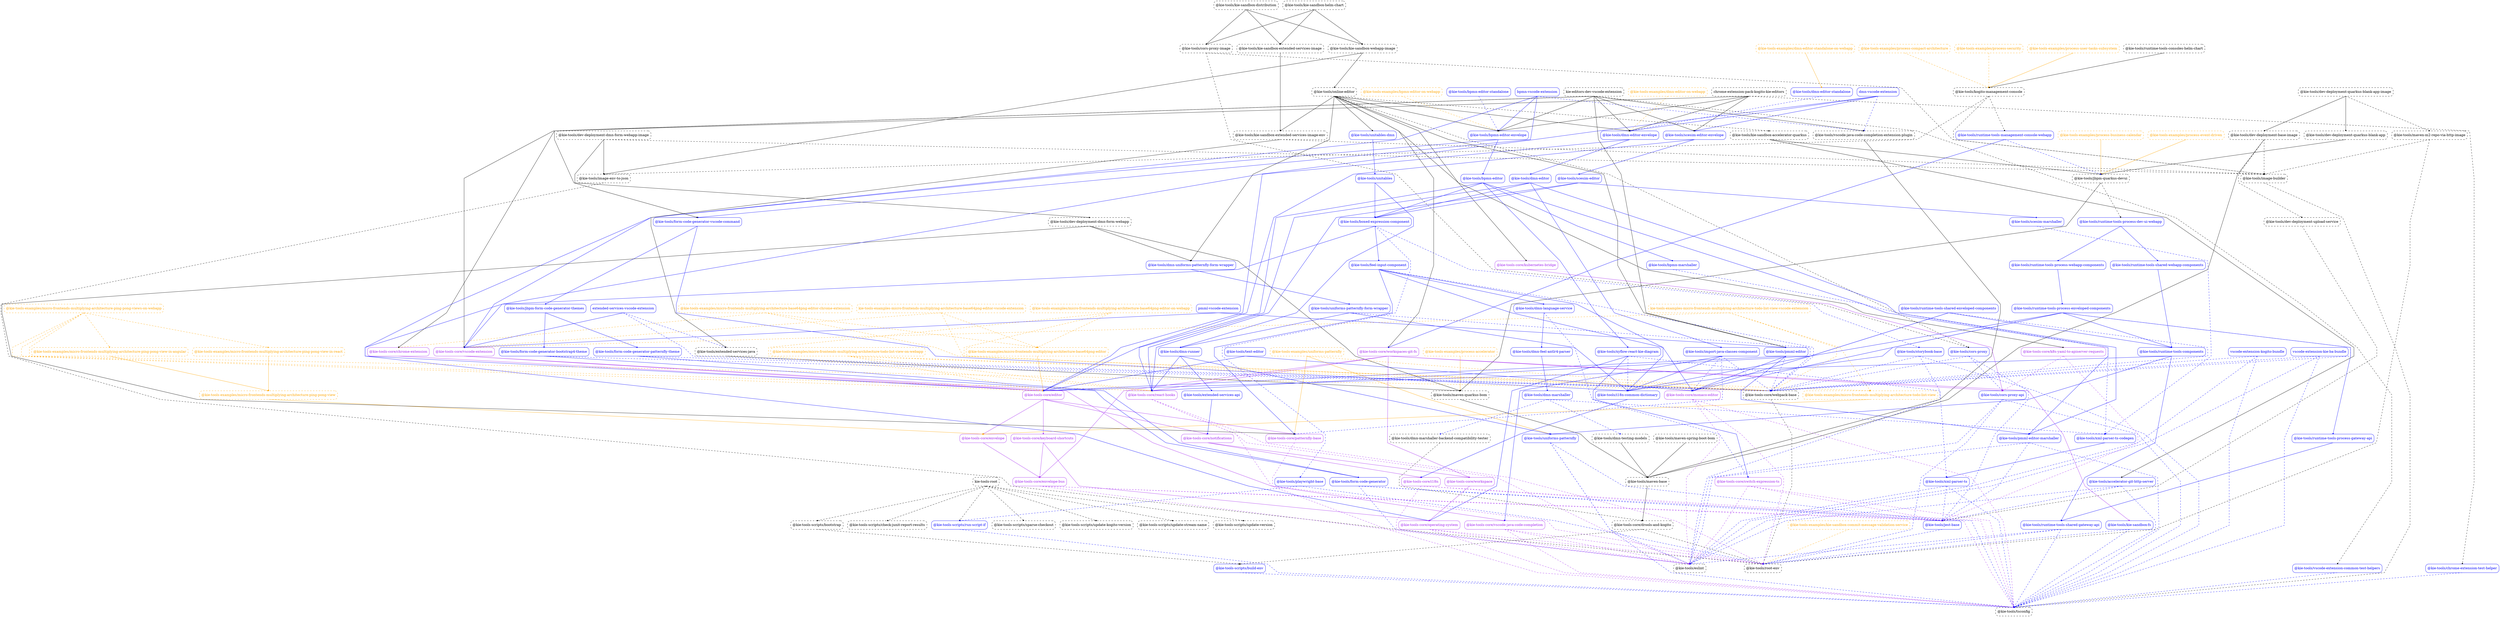
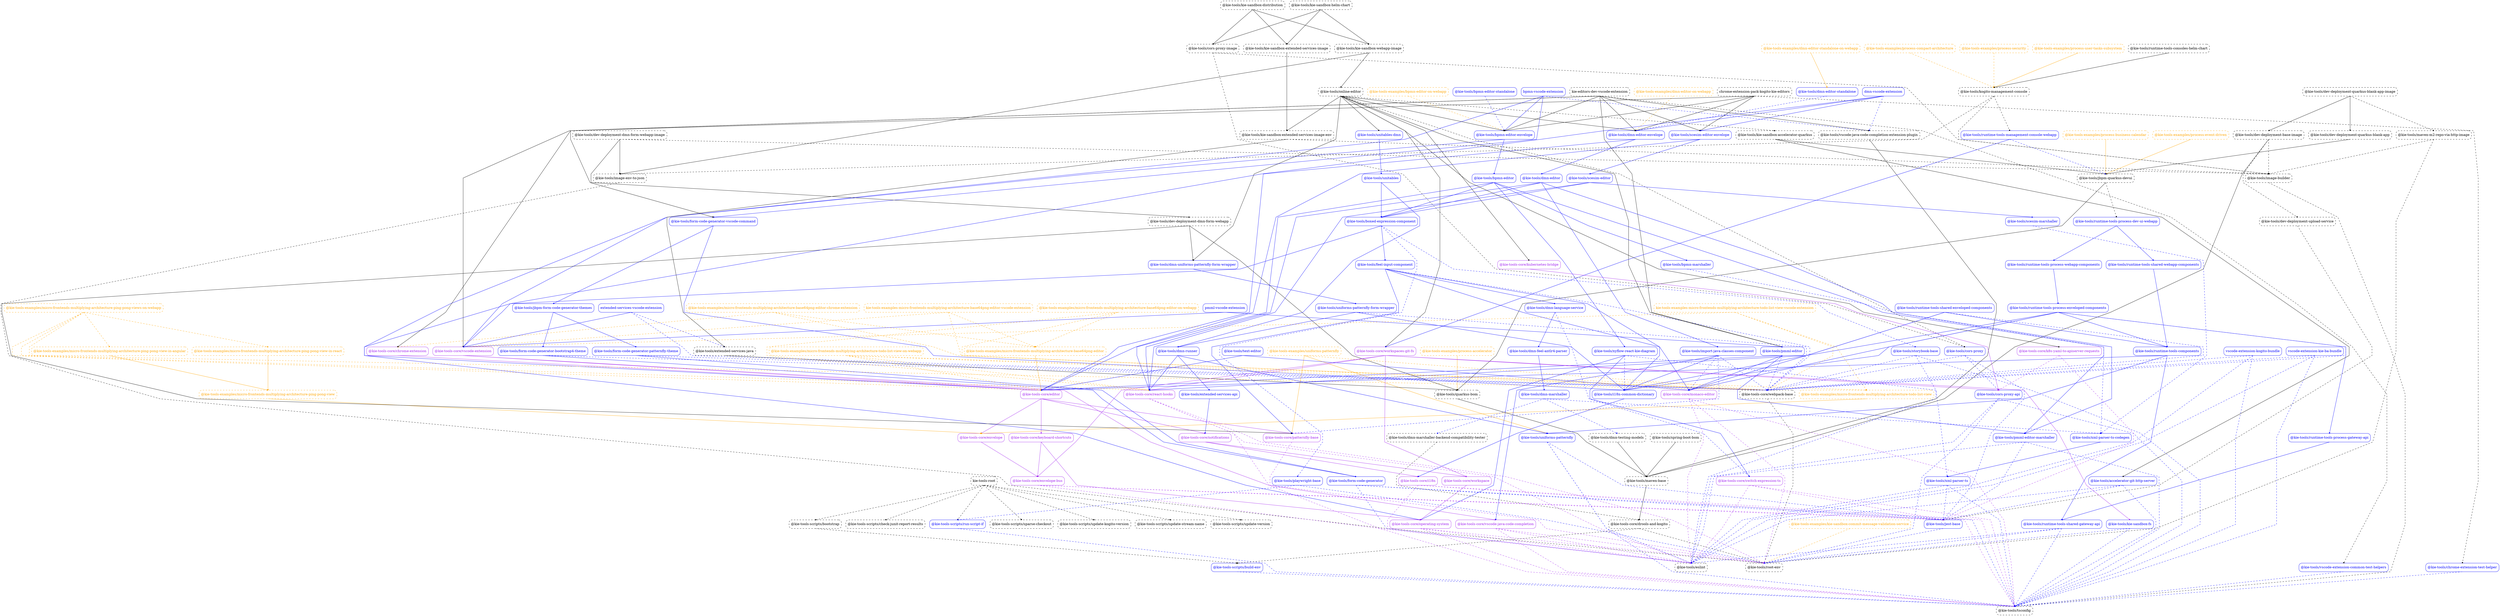
digraph G {
  graph [ ranksep =2, splines = "polyline", rankdir =TB, ordering = "out" ];
  node [ shape =box ];
  edge [ headport = "n", tailport = "s", arrowhead =dot, arrowsize =0.5 ];
  "kie-tools-root" [ color = "black", fontcolor = "black", style = "dashed, rounded" ];
  "@kie-tools-scripts/bootstrap" [ color = "black", fontcolor = "black", style = "dashed, rounded" ];
  "@kie-tools-scripts/check-junit-report-results" [ color = "black", fontcolor = "black", style = "dashed, rounded" ];
  "@kie-tools-scripts/run-script-if" [ color = "blue", fontcolor = "blue", style = "rounded" ];
  "@kie-tools-scripts/sparse-checkout" [ color = "black", fontcolor = "black", style = "dashed, rounded" ];
  "@kie-tools-scripts/update-kogito-version" [ color = "black", fontcolor = "black", style = "dashed, rounded" ];
  "@kie-tools-scripts/update-stream-name" [ color = "black", fontcolor = "black", style = "dashed, rounded" ];
  "@kie-tools-scripts/update-version" [ color = "black", fontcolor = "black", style = "dashed, rounded" ];
  "@kie-tools-examples/bpmn-editor-on-webapp" [ color = "orange", fontcolor = "orange", style = "dashed, rounded" ];
  "@kie-tools/bpmn-editor-envelope" [ color = "blue", fontcolor = "blue", style = "rounded" ];
  "@kie-tools-examples/dmn-editor-on-webapp" [ color = "orange", fontcolor = "orange", style = "dashed, rounded" ];
  "@kie-tools/dmn-editor-envelope" [ color = "blue", fontcolor = "blue", style = "rounded" ];
  "@kie-tools-examples/dmn-editor-standalone-on-webapp" [ color = "orange", fontcolor = "orange", style = "dashed, rounded" ];
  "@kie-tools/dmn-editor-standalone" [ color = "blue", fontcolor = "blue", style = "rounded" ];
  "@kie-tools-examples/kie-sandbox-commit-message-validation-service" [ color = "orange", fontcolor = "orange", style = "dashed, rounded" ];
  "@kie-tools/root-env" [ color = "black", fontcolor = "black", style = "dashed, rounded" ];
  "@kie-tools-examples/micro-frontends-multiplying-architecture-base64png-editor" [ color = "orange", fontcolor = "orange", style = "dashed, rounded" ];
  "@kie-tools-core/editor" [ color = "purple", fontcolor = "purple", style = "rounded" ];
  "@kie-tools-examples/micro-frontends-multiplying-architecture-base64png-editor-chrome-extension" [ color = "orange", fontcolor = "orange", style = "dashed, rounded" ];
  "@kie-tools-core/chrome-extension" [ color = "purple", fontcolor = "purple", style = "rounded" ];
  "@kie-tools-core/webpack-base" [ color = "black", fontcolor = "black", style = "dashed, rounded" ];
  "@kie-tools-examples/micro-frontends-multiplying-architecture-base64png-editor-on-webapp" [ color = "orange", fontcolor = "orange", style = "dashed, rounded" ];
  "@kie-tools-core/react-hooks" [ color = "purple", fontcolor = "purple", style = "rounded" ];
  "kie-tools-examples-micro-frontends-multiplying-architecture-base64png-editor-vscode-extension" [ color = "orange", fontcolor = "orange", style = "dashed, rounded" ];
  "@kie-tools-core/vscode-extension" [ color = "purple", fontcolor = "purple", style = "rounded" ];
  "@kie-tools-examples/micro-frontends-multiplying-architecture-ping-pong-view" [ color = "orange", fontcolor = "orange", style = "dashed, rounded" ];
  "@kie-tools-core/envelope" [ color = "purple", fontcolor = "purple", style = "rounded" ];
  "@kie-tools-examples/micro-frontends-multiplying-architecture-ping-pong-view-in-angular" [ color = "orange", fontcolor = "orange", style = "dashed, rounded" ];
  "@kie-tools-examples/micro-frontends-multiplying-architecture-ping-pong-view-in-react" [ color = "orange", fontcolor = "orange", style = "dashed, rounded" ];
  "@kie-tools-examples/micro-frontends-multiplying-architecture-ping-pong-views-on-webapp" [ color = "orange", fontcolor = "orange", style = "dashed, rounded" ];
  "@kie-tools-examples/micro-frontends-multiplying-architecture-todo-list-view" [ color = "orange", fontcolor = "orange", style = "dashed, rounded" ];
  "@kie-tools-examples/micro-frontends-multiplying-architecture-todo-list-view-on-webapp" [ color = "orange", fontcolor = "orange", style = "dashed, rounded" ];
  "kie-tools-examples-micro-frontends-multiplying-architecture-todo-list-view-vscode-extension" [ color = "orange", fontcolor = "orange", style = "dashed, rounded" ];
  "@kie-tools-examples/process-accelerator" [ color = "orange", fontcolor = "orange", style = "dashed, rounded" ];
-   "@kie-tools/maven-quarkus-bom" [ color = "black", fontcolor = "black", style = "dashed, rounded" ];
+   "@kie-tools/quarkus-bom" [ color = "black", fontcolor = "black", style = "dashed, rounded" ];
  "@kie-tools-examples/process-business-calendar" [ color = "orange", fontcolor = "orange", style = "dashed, rounded" ];
  "@kie-tools/jbpm-quarkus-devui" [ color = "black", fontcolor = "black", style = "dashed, rounded" ];
  "@kie-tools-examples/process-compact-architecture" [ color = "orange", fontcolor = "orange", style = "dashed, rounded" ];
  "@kie-tools/kogito-management-console" [ color = "black", fontcolor = "black", style = "dashed, rounded" ];
  "@kie-tools-examples/process-event-driven" [ color = "orange", fontcolor = "orange", style = "dashed, rounded" ];
  "@kie-tools-examples/process-security" [ color = "orange", fontcolor = "orange", style = "dashed, rounded" ];
  "@kie-tools-examples/process-user-tasks-subsystem" [ color = "orange", fontcolor = "orange", style = "dashed, rounded" ];
  "@kie-tools-examples/uniforms-patternfly" [ color = "orange", fontcolor = "orange", style = "dashed, rounded" ];
  "@kie-tools-core/patternfly-base" [ color = "purple", fontcolor = "purple", style = "rounded" ];
  "@kie-tools/uniforms-patternfly" [ color = "blue", fontcolor = "blue", style = "rounded" ];
  "@kie-tools/accelerator-git-http-server" [ color = "blue", fontcolor = "blue", style = "rounded" ];
  "@kie-tools/eslint" [ color = "black", fontcolor = "black", style = "dashed, rounded" ];
  "@kie-tools/jest-base" [ color = "blue", fontcolor = "blue", style = "rounded" ];
  "@kie-tools/tsconfig" [ color = "black", fontcolor = "black", style = "dashed, rounded" ];
  "@kie-tools/boxed-expression-component" [ color = "blue", fontcolor = "blue", style = "rounded" ];
  "@kie-tools-core/operating-system" [ color = "purple", fontcolor = "purple", style = "rounded" ];
  "@kie-tools/feel-input-component" [ color = "blue", fontcolor = "blue", style = "rounded" ];
  "@kie-tools/playwright-base" [ color = "blue", fontcolor = "blue", style = "rounded" ];
  "@kie-tools/storybook-base" [ color = "blue", fontcolor = "blue", style = "rounded" ];
  "@kie-tools/bpmn-editor" [ color = "blue", fontcolor = "blue", style = "rounded" ];
  "@kie-tools/bpmn-marshaller" [ color = "blue", fontcolor = "blue", style = "rounded" ];
  "@kie-tools/pmml-editor-marshaller" [ color = "blue", fontcolor = "blue", style = "rounded" ];
  "@kie-tools/xyflow-react-kie-diagram" [ color = "blue", fontcolor = "blue", style = "rounded" ];
  "@kie-tools/bpmn-editor-standalone" [ color = "blue", fontcolor = "blue", style = "rounded" ];
  "@kie-tools/xml-parser-ts-codegen" [ color = "blue", fontcolor = "blue", style = "rounded" ];
  "bpmn-vscode-extension" [ color = "blue", fontcolor = "blue", style = "rounded" ];
  "@kie-tools/form-code-generator-vscode-command" [ color = "blue", fontcolor = "blue", style = "rounded" ];
  "@kie-tools/vscode-java-code-completion-extension-plugin" [ color = "black", fontcolor = "black", style = "dashed, rounded" ];
  "chrome-extension-pack-kogito-kie-editors" [ color = "black", fontcolor = "black", style = "dashed, rounded" ];
  "@kie-tools/scesim-editor-envelope" [ color = "blue", fontcolor = "blue", style = "rounded" ];
  "@kie-tools/chrome-extension-test-helper" [ color = "blue", fontcolor = "blue", style = "rounded" ];
  "@kie-tools/cors-proxy" [ color = "blue", fontcolor = "blue", style = "rounded" ];
  "@kie-tools/cors-proxy-api" [ color = "blue", fontcolor = "blue", style = "rounded" ];
  "@kie-tools/cors-proxy-image" [ color = "black", fontcolor = "black", style = "dashed, rounded" ];
  "@kie-tools/image-builder" [ color = "black", fontcolor = "black", style = "dashed, rounded" ];
  "@kie-tools/dev-deployment-base-image" [ color = "black", fontcolor = "black", style = "dashed, rounded" ];
  "@kie-tools/maven-base" [ color = "black", fontcolor = "black", style = "dashed, rounded" ];
  "@kie-tools/dev-deployment-upload-service" [ color = "black", fontcolor = "black", style = "dashed, rounded" ];
  "@kie-tools/dev-deployment-dmn-form-webapp" [ color = "black", fontcolor = "black", style = "dashed, rounded" ];
  "@kie-tools/dmn-uniforms-patternfly-form-wrapper" [ color = "blue", fontcolor = "blue", style = "rounded" ];
  "@kie-tools/dev-deployment-dmn-form-webapp-image" [ color = "black", fontcolor = "black", style = "dashed, rounded" ];
  "@kie-tools/image-env-to-json" [ color = "black", fontcolor = "black", style = "dashed, rounded" ];
  "@kie-tools/dev-deployment-quarkus-blank-app" [ color = "black", fontcolor = "black", style = "dashed, rounded" ];
  "@kie-tools/dev-deployment-quarkus-blank-app-image" [ color = "black", fontcolor = "black", style = "dashed, rounded" ];
  "@kie-tools/maven-m2-repo-via-http-image" [ color = "black", fontcolor = "black", style = "dashed, rounded" ];
  "@kie-tools/dmn-editor" [ color = "blue", fontcolor = "blue", style = "rounded" ];
  "@kie-tools/import-java-classes-component" [ color = "blue", fontcolor = "blue", style = "rounded" ];
  "@kie-tools/dmn-feel-antlr4-parser" [ color = "blue", fontcolor = "blue", style = "rounded" ];
  "@kie-tools/dmn-marshaller" [ color = "blue", fontcolor = "blue", style = "rounded" ];
  "@kie-tools/dmn-language-service" [ color = "blue", fontcolor = "blue", style = "rounded" ];
  "@kie-tools-core/switch-expression-ts" [ color = "purple", fontcolor = "purple", style = "rounded" ];
  "@kie-tools/dmn-marshaller-backend-compatibility-tester" [ color = "black", fontcolor = "black", style = "dashed, rounded" ];
  "@kie-tools/dmn-testing-models" [ color = "black", fontcolor = "black", style = "dashed, rounded" ];
  "@kie-tools-core/drools-and-kogito" [ color = "black", fontcolor = "black", style = "dashed, rounded" ];
  "@kie-tools/dmn-runner" [ color = "blue", fontcolor = "blue", style = "rounded" ];
  "@kie-tools/extended-services-api" [ color = "blue", fontcolor = "blue", style = "rounded" ];
  "@kie-tools/uniforms-patternfly-form-wrapper" [ color = "blue", fontcolor = "blue", style = "rounded" ];
  "dmn-vscode-extension" [ color = "blue", fontcolor = "blue", style = "rounded" ];
  "@kie-tools-scripts/build-env" [ color = "blue", fontcolor = "blue", style = "rounded" ];
  "@kie-tools-core/keyboard-shortcuts" [ color = "purple", fontcolor = "purple", style = "rounded" ];
  "@kie-tools-core/notifications" [ color = "purple", fontcolor = "purple", style = "rounded" ];
  "@kie-tools-core/envelope-bus" [ color = "purple", fontcolor = "purple", style = "rounded" ];
  "@kie-tools/extended-services-java" [ color = "black", fontcolor = "black", style = "dashed, rounded" ];
  "extended-services-vscode-extension" [ color = "blue", fontcolor = "blue", style = "rounded" ];
  "@kie-tools-core/monaco-editor" [ color = "purple", fontcolor = "purple", style = "rounded" ];
  "@kie-tools/i18n-common-dictionary" [ color = "blue", fontcolor = "blue", style = "rounded" ];
  "@kie-tools/form-code-generator" [ color = "blue", fontcolor = "blue", style = "rounded" ];
  "@kie-tools/form-code-generator-bootstrap4-theme" [ color = "blue", fontcolor = "blue", style = "rounded" ];
  "@kie-tools/form-code-generator-patternfly-theme" [ color = "blue", fontcolor = "blue", style = "rounded" ];
  "@kie-tools/jbpm-form-code-generator-themes" [ color = "blue", fontcolor = "blue", style = "rounded" ];
  "@kie-tools-core/i18n" [ color = "purple", fontcolor = "purple", style = "rounded" ];
  "@kie-tools-core/vscode-java-code-completion" [ color = "purple", fontcolor = "purple", style = "rounded" ];
  "@kie-tools/runtime-tools-process-dev-ui-webapp" [ color = "blue", fontcolor = "blue", style = "rounded" ];
  "@kie-tools-core/k8s-yaml-to-apiserver-requests" [ color = "purple", fontcolor = "purple", style = "rounded" ];
  "kie-editors-dev-vscode-extension" [ color = "black", fontcolor = "black", style = "dashed, rounded" ];
  "@kie-tools/pmml-editor" [ color = "blue", fontcolor = "blue", style = "rounded" ];
  "@kie-tools/vscode-extension-common-test-helpers" [ color = "blue", fontcolor = "blue", style = "rounded" ];
  "@kie-tools/kie-sandbox-accelerator-quarkus" [ color = "black", fontcolor = "black", style = "dashed, rounded" ];
  "@kie-tools/kie-sandbox-distribution" [ color = "black", fontcolor = "black", style = "dashed, rounded" ];
  "@kie-tools/kie-sandbox-extended-services-image" [ color = "black", fontcolor = "black", style = "dashed, rounded" ];
  "@kie-tools/kie-sandbox-webapp-image" [ color = "black", fontcolor = "black", style = "dashed, rounded" ];
  "@kie-tools/kie-sandbox-extended-services-image-env" [ color = "black", fontcolor = "black", style = "dashed, rounded" ];
  "@kie-tools/kie-sandbox-fs" [ color = "blue", fontcolor = "blue", style = "rounded" ];
  "@kie-tools/kie-sandbox-helm-chart" [ color = "black", fontcolor = "black", style = "dashed, rounded" ];
  "@kie-tools/online-editor" [ color = "black", fontcolor = "black", style = "dashed, rounded" ];
  "@kie-tools/runtime-tools-management-console-webapp" [ color = "blue", fontcolor = "blue", style = "rounded" ];
  "@kie-tools-core/kubernetes-bridge" [ color = "purple", fontcolor = "purple", style = "rounded" ];
-   "@kie-tools/maven-spring-boot-bom" [ color = "black", fontcolor = "black", style = "dashed, rounded" ];
  "@kie-tools-core/workspace" [ color = "purple", fontcolor = "purple", style = "rounded" ];
  "@kie-tools-core/workspaces-git-fs" [ color = "purple", fontcolor = "purple", style = "rounded" ];
  "@kie-tools/unitables-dmn" [ color = "blue", fontcolor = "blue", style = "rounded" ];
  "pmml-vscode-extension" [ color = "blue", fontcolor = "blue", style = "rounded" ];
  "@kie-tools/runtime-tools-components" [ color = "blue", fontcolor = "blue", style = "rounded" ];
  "@kie-tools/runtime-tools-shared-gateway-api" [ color = "blue", fontcolor = "blue", style = "rounded" ];
  "@kie-tools/runtime-tools-consoles-helm-chart" [ color = "black", fontcolor = "black", style = "dashed, rounded" ];
  "@kie-tools/runtime-tools-process-webapp-components" [ color = "blue", fontcolor = "blue", style = "rounded" ];
  "@kie-tools/runtime-tools-shared-webapp-components" [ color = "blue", fontcolor = "blue", style = "rounded" ];
  "@kie-tools/runtime-tools-process-enveloped-components" [ color = "blue", fontcolor = "blue", style = "rounded" ];
  "@kie-tools/runtime-tools-process-gateway-api" [ color = "blue", fontcolor = "blue", style = "rounded" ];
  "@kie-tools/runtime-tools-shared-enveloped-components" [ color = "blue", fontcolor = "blue", style = "rounded" ];
  "@kie-tools/scesim-editor" [ color = "blue", fontcolor = "blue", style = "rounded" ];
  "@kie-tools/scesim-marshaller" [ color = "blue", fontcolor = "blue", style = "rounded" ];
+   "@kie-tools/spring-boot-bom" [ color = "black", fontcolor = "black", style = "dashed, rounded" ];
  "@kie-tools/text-editor" [ color = "blue", fontcolor = "blue", style = "rounded" ];
  "@kie-tools/unitables" [ color = "blue", fontcolor = "blue", style = "rounded" ];
  "vscode-extension-kie-ba-bundle" [ color = "blue", fontcolor = "blue", style = "rounded" ];
  "vscode-extension-kogito-bundle" [ color = "blue", fontcolor = "blue", style = "rounded" ];
  "@kie-tools/xml-parser-ts" [ color = "blue", fontcolor = "blue", style = "rounded" ];
  "kie-tools-root" -> "@kie-tools-scripts/bootstrap" [ style = "dashed", color = "black" ];
  "kie-tools-root" -> "@kie-tools-scripts/check-junit-report-results" [ style = "dashed", color = "black" ];
  "kie-tools-root" -> "@kie-tools-scripts/run-script-if" [ style = "dashed", color = "black" ];
  "kie-tools-root" -> "@kie-tools-scripts/sparse-checkout" [ style = "dashed", color = "black" ];
  "kie-tools-root" -> "@kie-tools-scripts/update-kogito-version" [ style = "dashed", color = "black" ];
  "kie-tools-root" -> "@kie-tools-scripts/update-stream-name" [ style = "dashed", color = "black" ];
  "kie-tools-root" -> "@kie-tools-scripts/update-version" [ style = "dashed", color = "black" ];
  "@kie-tools-examples/bpmn-editor-on-webapp" -> "@kie-tools/bpmn-editor-envelope" [ style = "dashed", color = "orange" ];
  "@kie-tools-examples/dmn-editor-on-webapp" -> "@kie-tools/dmn-editor-envelope" [ style = "dashed", color = "orange" ];
  "@kie-tools-examples/dmn-editor-standalone-on-webapp" -> "@kie-tools/dmn-editor-standalone" [ style = "solid", color = "orange" ];
  "@kie-tools-examples/kie-sandbox-commit-message-validation-service" -> "@kie-tools/root-env" [ style = "dashed", color = "orange" ];
  "@kie-tools-examples/micro-frontends-multiplying-architecture-base64png-editor" -> "@kie-tools-core/editor" [ style = "solid", color = "orange" ];
  "@kie-tools-examples/micro-frontends-multiplying-architecture-base64png-editor-chrome-extension" -> "@kie-tools-core/chrome-extension" [ style = "dashed", color = "orange" ];
  "@kie-tools-examples/micro-frontends-multiplying-architecture-base64png-editor-chrome-extension" -> "@kie-tools-core/webpack-base" [ style = "dashed", color = "orange" ];
  "@kie-tools-examples/micro-frontends-multiplying-architecture-base64png-editor-chrome-extension" -> "@kie-tools-examples/micro-frontends-multiplying-architecture-base64png-editor" [ style = "dashed", color = "orange" ];
  "@kie-tools-examples/micro-frontends-multiplying-architecture-base64png-editor-on-webapp" -> "@kie-tools-core/react-hooks" [ style = "dashed", color = "orange" ];
  "@kie-tools-examples/micro-frontends-multiplying-architecture-base64png-editor-on-webapp" -> "@kie-tools-core/webpack-base" [ style = "dashed", color = "orange" ];
  "@kie-tools-examples/micro-frontends-multiplying-architecture-base64png-editor-on-webapp" -> "@kie-tools-examples/micro-frontends-multiplying-architecture-base64png-editor" [ style = "dashed", color = "orange" ];
  "kie-tools-examples-micro-frontends-multiplying-architecture-base64png-editor-vscode-extension" -> "@kie-tools-core/vscode-extension" [ style = "dashed", color = "orange" ];
  "kie-tools-examples-micro-frontends-multiplying-architecture-base64png-editor-vscode-extension" -> "@kie-tools-core/webpack-base" [ style = "dashed", color = "orange" ];
  "kie-tools-examples-micro-frontends-multiplying-architecture-base64png-editor-vscode-extension" -> "@kie-tools-examples/micro-frontends-multiplying-architecture-base64png-editor" [ style = "dashed", color = "orange" ];
  "@kie-tools-examples/micro-frontends-multiplying-architecture-ping-pong-view" -> "@kie-tools-core/envelope" [ style = "solid", color = "orange" ];
  "@kie-tools-examples/micro-frontends-multiplying-architecture-ping-pong-view-in-angular" -> "@kie-tools-examples/micro-frontends-multiplying-architecture-ping-pong-view" [ style = "solid", color = "orange" ];
  "@kie-tools-examples/micro-frontends-multiplying-architecture-ping-pong-view-in-react" -> "@kie-tools-examples/micro-frontends-multiplying-architecture-ping-pong-view" [ style = "solid", color = "orange" ];
  "@kie-tools-examples/micro-frontends-multiplying-architecture-ping-pong-views-on-webapp" -> "@kie-tools-core/editor" [ style = "dashed", color = "orange" ];
  "@kie-tools-examples/micro-frontends-multiplying-architecture-ping-pong-views-on-webapp" -> "@kie-tools-core/react-hooks" [ style = "dashed", color = "orange" ];
  "@kie-tools-examples/micro-frontends-multiplying-architecture-ping-pong-views-on-webapp" -> "@kie-tools-core/webpack-base" [ style = "dashed", color = "orange" ];
  "@kie-tools-examples/micro-frontends-multiplying-architecture-ping-pong-views-on-webapp" -> "@kie-tools-examples/micro-frontends-multiplying-architecture-ping-pong-view-in-angular" [ style = "dashed", color = "orange" ];
  "@kie-tools-examples/micro-frontends-multiplying-architecture-ping-pong-views-on-webapp" -> "@kie-tools-examples/micro-frontends-multiplying-architecture-ping-pong-view-in-react" [ style = "dashed", color = "orange" ];
  "@kie-tools-examples/micro-frontends-multiplying-architecture-todo-list-view" -> "@kie-tools-core/envelope" [ style = "solid", color = "orange" ];
  "@kie-tools-examples/micro-frontends-multiplying-architecture-todo-list-view-on-webapp" -> "@kie-tools-core/editor" [ style = "dashed", color = "orange" ];
  "@kie-tools-examples/micro-frontends-multiplying-architecture-todo-list-view-on-webapp" -> "@kie-tools-core/react-hooks" [ style = "dashed", color = "orange" ];
  "@kie-tools-examples/micro-frontends-multiplying-architecture-todo-list-view-on-webapp" -> "@kie-tools-core/webpack-base" [ style = "dashed", color = "orange" ];
  "@kie-tools-examples/micro-frontends-multiplying-architecture-todo-list-view-on-webapp" -> "@kie-tools-examples/micro-frontends-multiplying-architecture-todo-list-view" [ style = "dashed", color = "orange" ];
  "kie-tools-examples-micro-frontends-multiplying-architecture-todo-list-view-vscode-extension" -> "@kie-tools-core/vscode-extension" [ style = "dashed", color = "orange" ];
  "kie-tools-examples-micro-frontends-multiplying-architecture-todo-list-view-vscode-extension" -> "@kie-tools-core/webpack-base" [ style = "dashed", color = "orange" ];
  "kie-tools-examples-micro-frontends-multiplying-architecture-todo-list-view-vscode-extension" -> "@kie-tools-examples/micro-frontends-multiplying-architecture-todo-list-view" [ style = "dashed", color = "orange" ];
-   "@kie-tools-examples/process-accelerator" -> "@kie-tools/maven-quarkus-bom" [ style = "solid", color = "orange" ];
+   "@kie-tools-examples/process-accelerator" -> "@kie-tools/quarkus-bom" [ style = "solid", color = "orange" ];
  "@kie-tools-examples/process-business-calendar" -> "@kie-tools/jbpm-quarkus-devui" [ style = "solid", color = "orange" ];
  "@kie-tools-examples/process-compact-architecture" -> "@kie-tools/kogito-management-console" [ style = "dashed", color = "orange" ];
  "@kie-tools-examples/process-event-driven" -> "@kie-tools/jbpm-quarkus-devui" [ style = "solid", color = "orange" ];
  "@kie-tools-examples/process-security" -> "@kie-tools/kogito-management-console" [ style = "dashed", color = "orange" ];
  "@kie-tools-examples/process-user-tasks-subsystem" -> "@kie-tools/kogito-management-console" [ style = "solid", color = "orange" ];
  "@kie-tools-examples/uniforms-patternfly" -> "@kie-tools-core/patternfly-base" [ style = "solid", color = "orange" ];
  "@kie-tools-examples/uniforms-patternfly" -> "@kie-tools/uniforms-patternfly" [ style = "solid", color = "orange" ];
  "@kie-tools-examples/uniforms-patternfly" -> "@kie-tools-core/webpack-base" [ style = "dashed", color = "orange" ];
  "@kie-tools/accelerator-git-http-server" -> "@kie-tools/eslint" [ style = "dashed", color = "blue" ];
  "@kie-tools/accelerator-git-http-server" -> "@kie-tools/jest-base" [ style = "dashed", color = "blue" ];
  "@kie-tools/accelerator-git-http-server" -> "@kie-tools/tsconfig" [ style = "dashed", color = "blue" ];
  "@kie-tools/boxed-expression-component" -> "@kie-tools-core/operating-system" [ style = "solid", color = "blue" ];
  "@kie-tools/boxed-expression-component" -> "@kie-tools/feel-input-component" [ style = "solid", color = "blue" ];
  "@kie-tools/boxed-expression-component" -> "@kie-tools/playwright-base" [ style = "dashed", color = "blue" ];
  "@kie-tools/boxed-expression-component" -> "@kie-tools/storybook-base" [ style = "dashed", color = "blue" ];
  "@kie-tools/bpmn-editor" -> "@kie-tools-core/react-hooks" [ style = "solid", color = "blue" ];
  "@kie-tools/bpmn-editor" -> "@kie-tools/boxed-expression-component" [ style = "solid", color = "blue" ];
  "@kie-tools/bpmn-editor" -> "@kie-tools/bpmn-marshaller" [ style = "solid", color = "blue" ];
  "@kie-tools/bpmn-editor" -> "@kie-tools/pmml-editor-marshaller" [ style = "solid", color = "blue" ];
  "@kie-tools/bpmn-editor" -> "@kie-tools/xyflow-react-kie-diagram" [ style = "solid", color = "blue" ];
  "@kie-tools/bpmn-editor-envelope" -> "@kie-tools-core/editor" [ style = "solid", color = "blue" ];
  "@kie-tools/bpmn-editor-envelope" -> "@kie-tools/bpmn-editor" [ style = "solid", color = "blue" ];
  "@kie-tools/bpmn-editor-standalone" -> "@kie-tools/bpmn-editor-envelope" [ style = "dashed", color = "blue" ];
  "@kie-tools/bpmn-marshaller" -> "@kie-tools/xml-parser-ts-codegen" [ style = "dashed", color = "blue" ];
  "bpmn-vscode-extension" -> "@kie-tools-core/vscode-extension" [ style = "solid", color = "blue" ];
  "bpmn-vscode-extension" -> "@kie-tools/bpmn-editor-envelope" [ style = "solid", color = "blue" ];
  "bpmn-vscode-extension" -> "@kie-tools/form-code-generator-vscode-command" [ style = "solid", color = "blue" ];
  "bpmn-vscode-extension" -> "@kie-tools/vscode-java-code-completion-extension-plugin" [ style = "dashed", color = "blue" ];
  "@kie-tools-core/chrome-extension" -> "@kie-tools-core/editor" [ style = "solid", color = "purple" ];
  "chrome-extension-pack-kogito-kie-editors" -> "@kie-tools-core/chrome-extension" [ style = "solid", color = "black" ];
  "chrome-extension-pack-kogito-kie-editors" -> "@kie-tools/bpmn-editor-envelope" [ style = "solid", color = "black" ];
  "chrome-extension-pack-kogito-kie-editors" -> "@kie-tools/dmn-editor-envelope" [ style = "solid", color = "black" ];
  "chrome-extension-pack-kogito-kie-editors" -> "@kie-tools/scesim-editor-envelope" [ style = "solid", color = "black" ];
  "chrome-extension-pack-kogito-kie-editors" -> "@kie-tools/chrome-extension-test-helper" [ style = "dashed", color = "black" ];
  "@kie-tools/chrome-extension-test-helper" -> "@kie-tools/tsconfig" [ style = "dashed", color = "blue" ];
  "@kie-tools/cors-proxy" -> "@kie-tools-core/webpack-base" [ style = "dashed", color = "blue" ];
  "@kie-tools/cors-proxy" -> "@kie-tools/cors-proxy-api" [ style = "dashed", color = "blue" ];
  "@kie-tools/cors-proxy" -> "@kie-tools/jest-base" [ style = "dashed", color = "blue" ];
  "@kie-tools/cors-proxy-api" -> "@kie-tools/eslint" [ style = "dashed", color = "blue" ];
  "@kie-tools/cors-proxy-api" -> "@kie-tools/root-env" [ style = "dashed", color = "blue" ];
  "@kie-tools/cors-proxy-api" -> "@kie-tools/tsconfig" [ style = "dashed", color = "blue" ];
  "@kie-tools/cors-proxy-image" -> "@kie-tools/cors-proxy" [ style = "dashed", color = "black" ];
  "@kie-tools/cors-proxy-image" -> "@kie-tools/image-builder" [ style = "dashed", color = "black" ];
  "@kie-tools/dev-deployment-base-image" -> "@kie-tools/maven-base" [ style = "solid", color = "black" ];
  "@kie-tools/dev-deployment-base-image" -> "@kie-tools/dev-deployment-upload-service" [ style = "dashed", color = "black" ];
  "@kie-tools/dev-deployment-base-image" -> "@kie-tools/image-builder" [ style = "dashed", color = "black" ];
  "@kie-tools/dev-deployment-dmn-form-webapp" -> "@kie-tools-core/patternfly-base" [ style = "solid", color = "black" ];
  "@kie-tools/dev-deployment-dmn-form-webapp" -> "@kie-tools/dmn-uniforms-patternfly-form-wrapper" [ style = "solid", color = "black" ];
-   "@kie-tools/dev-deployment-dmn-form-webapp" -> "@kie-tools/maven-quarkus-bom" [ style = "solid", color = "black" ];
+   "@kie-tools/dev-deployment-dmn-form-webapp" -> "@kie-tools/quarkus-bom" [ style = "solid", color = "black" ];
  "@kie-tools/dev-deployment-dmn-form-webapp-image" -> "@kie-tools/dev-deployment-dmn-form-webapp" [ style = "solid", color = "black" ];
  "@kie-tools/dev-deployment-dmn-form-webapp-image" -> "@kie-tools/image-env-to-json" [ style = "solid", color = "black" ];
  "@kie-tools/dev-deployment-dmn-form-webapp-image" -> "@kie-tools/image-builder" [ style = "dashed", color = "black" ];
  "@kie-tools/dev-deployment-quarkus-blank-app" -> "@kie-tools/jbpm-quarkus-devui" [ style = "solid", color = "black" ];
  "@kie-tools/dev-deployment-quarkus-blank-app-image" -> "@kie-tools/dev-deployment-base-image" [ style = "solid", color = "black" ];
  "@kie-tools/dev-deployment-quarkus-blank-app-image" -> "@kie-tools/dev-deployment-quarkus-blank-app" [ style = "solid", color = "black" ];
  "@kie-tools/dev-deployment-quarkus-blank-app-image" -> "@kie-tools/maven-m2-repo-via-http-image" [ style = "dashed", color = "black" ];
  "@kie-tools/dev-deployment-upload-service" -> "@kie-tools/jest-base" [ style = "dashed", color = "black" ];
  "@kie-tools/dmn-editor" -> "@kie-tools-core/react-hooks" [ style = "solid", color = "blue" ];
  "@kie-tools/dmn-editor" -> "@kie-tools/boxed-expression-component" [ style = "solid", color = "blue" ];
  "@kie-tools/dmn-editor" -> "@kie-tools/import-java-classes-component" [ style = "solid", color = "blue" ];
  "@kie-tools/dmn-editor" -> "@kie-tools/pmml-editor-marshaller" [ style = "solid", color = "blue" ];
  "@kie-tools/dmn-editor-envelope" -> "@kie-tools-core/editor" [ style = "solid", color = "blue" ];
  "@kie-tools/dmn-editor-envelope" -> "@kie-tools/dmn-editor" [ style = "solid", color = "blue" ];
  "@kie-tools/dmn-editor-standalone" -> "@kie-tools/dmn-editor-envelope" [ style = "dashed", color = "blue" ];
  "@kie-tools/dmn-feel-antlr4-parser" -> "@kie-tools/dmn-marshaller" [ style = "solid", color = "blue" ];
  "@kie-tools/dmn-language-service" -> "@kie-tools/dmn-feel-antlr4-parser" [ style = "solid", color = "blue" ];
  "@kie-tools/dmn-language-service" -> "@kie-tools-core/switch-expression-ts" [ style = "dashed", color = "blue" ];
  "@kie-tools/dmn-marshaller" -> "@kie-tools/dmn-marshaller-backend-compatibility-tester" [ style = "dashed", color = "blue" ];
  "@kie-tools/dmn-marshaller" -> "@kie-tools/dmn-testing-models" [ style = "dashed", color = "blue" ];
  "@kie-tools/dmn-marshaller" -> "@kie-tools/xml-parser-ts-codegen" [ style = "dashed", color = "blue" ];
  "@kie-tools/dmn-marshaller-backend-compatibility-tester" -> "@kie-tools-core/drools-and-kogito" [ style = "dashed", color = "black" ];
  "@kie-tools/dmn-runner" -> "@kie-tools-core/react-hooks" [ style = "solid", color = "blue" ];
  "@kie-tools/dmn-runner" -> "@kie-tools/extended-services-api" [ style = "solid", color = "blue" ];
  "@kie-tools/dmn-runner" -> "@kie-tools/uniforms-patternfly" [ style = "solid", color = "blue" ];
  "@kie-tools/dmn-testing-models" -> "@kie-tools/maven-base" [ style = "solid", color = "black" ];
  "@kie-tools/dmn-uniforms-patternfly-form-wrapper" -> "@kie-tools/uniforms-patternfly-form-wrapper" [ style = "solid", color = "blue" ];
  "dmn-vscode-extension" -> "@kie-tools-core/vscode-extension" [ style = "solid", color = "blue" ];
  "dmn-vscode-extension" -> "@kie-tools/dmn-editor-envelope" [ style = "solid", color = "blue" ];
  "dmn-vscode-extension" -> "@kie-tools/scesim-editor-envelope" [ style = "solid", color = "blue" ];
  "dmn-vscode-extension" -> "@kie-tools/vscode-java-code-completion-extension-plugin" [ style = "dashed", color = "blue" ];
  "@kie-tools-core/drools-and-kogito" -> "@kie-tools-scripts/build-env" [ style = "dashed", color = "black" ];
  "@kie-tools-core/drools-and-kogito" -> "@kie-tools/root-env" [ style = "dashed", color = "black" ];
  "@kie-tools-core/editor" -> "@kie-tools-core/envelope" [ style = "solid", color = "purple" ];
  "@kie-tools-core/editor" -> "@kie-tools-core/keyboard-shortcuts" [ style = "solid", color = "purple" ];
  "@kie-tools-core/editor" -> "@kie-tools-core/notifications" [ style = "solid", color = "purple" ];
  "@kie-tools-core/editor" -> "@kie-tools-core/patternfly-base" [ style = "solid", color = "purple" ];
  "@kie-tools-core/envelope" -> "@kie-tools-core/envelope-bus" [ style = "solid", color = "purple" ];
  "@kie-tools-core/envelope-bus" -> "@kie-tools/eslint" [ style = "dashed", color = "purple" ];
  "@kie-tools-core/envelope-bus" -> "@kie-tools/jest-base" [ style = "dashed", color = "purple" ];
  "@kie-tools-core/envelope-bus" -> "@kie-tools/tsconfig" [ style = "dashed", color = "purple" ];
  "@kie-tools/extended-services-api" -> "@kie-tools-core/notifications" [ style = "solid", color = "blue" ];
-   "@kie-tools/extended-services-java" -> "@kie-tools/maven-quarkus-bom" [ style = "solid", color = "black" ];
+   "@kie-tools/extended-services-java" -> "@kie-tools/quarkus-bom" [ style = "solid", color = "black" ];
  "extended-services-vscode-extension" -> "@kie-tools-core/vscode-extension" [ style = "solid", color = "blue" ];
  "extended-services-vscode-extension" -> "@kie-tools-core/webpack-base" [ style = "dashed", color = "blue" ];
  "extended-services-vscode-extension" -> "@kie-tools/extended-services-java" [ style = "dashed", color = "blue" ];
  "@kie-tools/feel-input-component" -> "@kie-tools-core/monaco-editor" [ style = "solid", color = "blue" ];
  "@kie-tools/feel-input-component" -> "@kie-tools-core/patternfly-base" [ style = "solid", color = "blue" ];
  "@kie-tools/feel-input-component" -> "@kie-tools/dmn-language-service" [ style = "solid", color = "blue" ];
  "@kie-tools/feel-input-component" -> "@kie-tools/i18n-common-dictionary" [ style = "solid", color = "blue" ];
  "@kie-tools/feel-input-component" -> "@kie-tools-core/webpack-base" [ style = "dashed", color = "blue" ];
  "@kie-tools/form-code-generator" -> "@kie-tools/eslint" [ style = "dashed", color = "blue" ];
  "@kie-tools/form-code-generator" -> "@kie-tools/jest-base" [ style = "dashed", color = "blue" ];
  "@kie-tools/form-code-generator" -> "@kie-tools/tsconfig" [ style = "dashed", color = "blue" ];
  "@kie-tools/form-code-generator-bootstrap4-theme" -> "@kie-tools/form-code-generator" [ style = "solid", color = "blue" ];
  "@kie-tools/form-code-generator-bootstrap4-theme" -> "@kie-tools-core/webpack-base" [ style = "dashed", color = "blue" ];
  "@kie-tools/form-code-generator-patternfly-theme" -> "@kie-tools/form-code-generator" [ style = "solid", color = "blue" ];
  "@kie-tools/form-code-generator-patternfly-theme" -> "@kie-tools-core/webpack-base" [ style = "dashed", color = "blue" ];
  "@kie-tools/form-code-generator-vscode-command" -> "@kie-tools/i18n-common-dictionary" [ style = "solid", color = "blue" ];
  "@kie-tools/form-code-generator-vscode-command" -> "@kie-tools/jbpm-form-code-generator-themes" [ style = "solid", color = "blue" ];
  "@kie-tools-core/i18n" -> "@kie-tools/eslint" [ style = "dashed", color = "purple" ];
  "@kie-tools-core/i18n" -> "@kie-tools/jest-base" [ style = "dashed", color = "purple" ];
  "@kie-tools-core/i18n" -> "@kie-tools/tsconfig" [ style = "dashed", color = "purple" ];
  "@kie-tools/i18n-common-dictionary" -> "@kie-tools-core/i18n" [ style = "solid", color = "blue" ];
  "@kie-tools/image-builder" -> "@kie-tools/tsconfig" [ style = "dashed", color = "black" ];
  "@kie-tools/image-env-to-json" -> "@kie-tools/root-env" [ style = "dashed", color = "black" ];
  "@kie-tools/import-java-classes-component" -> "@kie-tools-core/vscode-java-code-completion" [ style = "solid", color = "blue" ];
  "@kie-tools/import-java-classes-component" -> "@kie-tools/i18n-common-dictionary" [ style = "solid", color = "blue" ];
  "@kie-tools/import-java-classes-component" -> "@kie-tools-core/monaco-editor" [ style = "dashed", color = "blue" ];
  "@kie-tools/import-java-classes-component" -> "@kie-tools-core/patternfly-base" [ style = "dashed", color = "blue" ];
  "@kie-tools/import-java-classes-component" -> "@kie-tools-core/webpack-base" [ style = "dashed", color = "blue" ];
  "@kie-tools/jbpm-form-code-generator-themes" -> "@kie-tools/form-code-generator-bootstrap4-theme" [ style = "solid", color = "blue" ];
  "@kie-tools/jbpm-form-code-generator-themes" -> "@kie-tools/form-code-generator-patternfly-theme" [ style = "solid", color = "blue" ];
-   "@kie-tools/jbpm-quarkus-devui" -> "@kie-tools/maven-quarkus-bom" [ style = "solid", color = "black" ];
+   "@kie-tools/jbpm-quarkus-devui" -> "@kie-tools/quarkus-bom" [ style = "solid", color = "black" ];
  "@kie-tools/jbpm-quarkus-devui" -> "@kie-tools/runtime-tools-process-dev-ui-webapp" [ style = "dashed", color = "black" ];
  "@kie-tools/jest-base" -> "@kie-tools/root-env" [ style = "dashed", color = "blue" ];
  "@kie-tools-core/k8s-yaml-to-apiserver-requests" -> "@kie-tools/cors-proxy-api" [ style = "dashed", color = "purple" ];
  "@kie-tools-core/k8s-yaml-to-apiserver-requests" -> "@kie-tools/jest-base" [ style = "dashed", color = "purple" ];
  "@kie-tools-core/keyboard-shortcuts" -> "@kie-tools-core/envelope-bus" [ style = "solid", color = "purple" ];
  "@kie-tools-core/keyboard-shortcuts" -> "@kie-tools-core/operating-system" [ style = "solid", color = "purple" ];
  "kie-editors-dev-vscode-extension" -> "@kie-tools-core/vscode-extension" [ style = "solid", color = "black" ];
  "kie-editors-dev-vscode-extension" -> "@kie-tools/bpmn-editor-envelope" [ style = "solid", color = "black" ];
  "kie-editors-dev-vscode-extension" -> "@kie-tools/dmn-editor-envelope" [ style = "solid", color = "black" ];
  "kie-editors-dev-vscode-extension" -> "@kie-tools/form-code-generator-vscode-command" [ style = "solid", color = "black" ];
  "kie-editors-dev-vscode-extension" -> "@kie-tools/pmml-editor" [ style = "solid", color = "black" ];
  "kie-editors-dev-vscode-extension" -> "@kie-tools/scesim-editor-envelope" [ style = "solid", color = "black" ];
  "kie-editors-dev-vscode-extension" -> "@kie-tools/vscode-java-code-completion-extension-plugin" [ style = "solid", color = "black" ];
  "kie-editors-dev-vscode-extension" -> "@kie-tools/vscode-extension-common-test-helpers" [ style = "dashed", color = "black" ];
  "@kie-tools/kie-sandbox-accelerator-quarkus" -> "@kie-tools/accelerator-git-http-server" [ style = "solid", color = "black" ];
  "@kie-tools/kie-sandbox-accelerator-quarkus" -> "@kie-tools/jbpm-quarkus-devui" [ style = "solid", color = "black" ];
  "@kie-tools/kie-sandbox-distribution" -> "@kie-tools/cors-proxy-image" [ style = "solid", color = "black" ];
  "@kie-tools/kie-sandbox-distribution" -> "@kie-tools/kie-sandbox-extended-services-image" [ style = "solid", color = "black" ];
  "@kie-tools/kie-sandbox-distribution" -> "@kie-tools/kie-sandbox-webapp-image" [ style = "solid", color = "black" ];
  "@kie-tools/kie-sandbox-extended-services-image" -> "@kie-tools/kie-sandbox-extended-services-image-env" [ style = "solid", color = "black" ];
  "@kie-tools/kie-sandbox-extended-services-image-env" -> "@kie-tools/extended-services-java" [ style = "solid", color = "black" ];
  "@kie-tools/kie-sandbox-extended-services-image-env" -> "@kie-tools/image-builder" [ style = "dashed", color = "black" ];
  "@kie-tools/kie-sandbox-fs" -> "@kie-tools/root-env" [ style = "dashed", color = "blue" ];
  "@kie-tools/kie-sandbox-fs" -> "@kie-tools/tsconfig" [ style = "dashed", color = "blue" ];
  "@kie-tools/kie-sandbox-helm-chart" -> "@kie-tools/cors-proxy-image" [ style = "solid", color = "black" ];
  "@kie-tools/kie-sandbox-helm-chart" -> "@kie-tools/kie-sandbox-extended-services-image" [ style = "solid", color = "black" ];
  "@kie-tools/kie-sandbox-helm-chart" -> "@kie-tools/kie-sandbox-webapp-image" [ style = "solid", color = "black" ];
  "@kie-tools/kie-sandbox-webapp-image" -> "@kie-tools/image-env-to-json" [ style = "solid", color = "black" ];
  "@kie-tools/kie-sandbox-webapp-image" -> "@kie-tools/online-editor" [ style = "solid", color = "black" ];
  "@kie-tools/kogito-management-console" -> "@kie-tools/image-builder" [ style = "dashed", color = "black" ];
  "@kie-tools/kogito-management-console" -> "@kie-tools/image-env-to-json" [ style = "dashed", color = "black" ];
  "@kie-tools/kogito-management-console" -> "@kie-tools/runtime-tools-management-console-webapp" [ style = "dashed", color = "black" ];
  "@kie-tools-core/kubernetes-bridge" -> "@kie-tools/cors-proxy-api" [ style = "solid", color = "purple" ];
  "@kie-tools/maven-base" -> "@kie-tools-core/drools-and-kogito" [ style = "solid", color = "black" ];
  "@kie-tools/maven-m2-repo-via-http-image" -> "@kie-tools/image-builder" [ style = "dashed", color = "black" ];
  "@kie-tools/maven-m2-repo-via-http-image" -> "@kie-tools/root-env" [ style = "dashed", color = "black" ];
-   "@kie-tools/maven-quarkus-bom" -> "@kie-tools/maven-base" [ style = "solid", color = "black" ];
-   "@kie-tools/maven-spring-boot-bom" -> "@kie-tools/maven-base" [ style = "solid", color = "black" ];
  "@kie-tools-core/monaco-editor" -> "@kie-tools/eslint" [ style = "dashed", color = "purple" ];
  "@kie-tools-core/monaco-editor" -> "@kie-tools/root-env" [ style = "dashed", color = "purple" ];
  "@kie-tools-core/monaco-editor" -> "@kie-tools/tsconfig" [ style = "dashed", color = "purple" ];
  "@kie-tools-core/notifications" -> "@kie-tools-core/i18n" [ style = "solid", color = "purple" ];
  "@kie-tools-core/notifications" -> "@kie-tools-core/workspace" [ style = "solid", color = "purple" ];
  "@kie-tools/online-editor" -> "@kie-tools-core/k8s-yaml-to-apiserver-requests" [ style = "solid", color = "black" ];
  "@kie-tools/online-editor" -> "@kie-tools-core/kubernetes-bridge" [ style = "solid", color = "black" ];
  "@kie-tools/online-editor" -> "@kie-tools-core/workspaces-git-fs" [ style = "solid", color = "black" ];
  "@kie-tools/online-editor" -> "@kie-tools/bpmn-editor-envelope" [ style = "solid", color = "black" ];
  "@kie-tools/online-editor" -> "@kie-tools/dmn-editor-envelope" [ style = "solid", color = "black" ];
  "@kie-tools/online-editor" -> "@kie-tools/dmn-uniforms-patternfly-form-wrapper" [ style = "solid", color = "black" ];
  "@kie-tools/online-editor" -> "@kie-tools/kie-sandbox-extended-services-image-env" [ style = "solid", color = "black" ];
  "@kie-tools/online-editor" -> "@kie-tools/pmml-editor" [ style = "solid", color = "black" ];
  "@kie-tools/online-editor" -> "@kie-tools/unitables-dmn" [ style = "solid", color = "black" ];
  "@kie-tools/online-editor" -> "@kie-tools/cors-proxy" [ style = "dashed", color = "black" ];
  "@kie-tools/online-editor" -> "@kie-tools/kie-sandbox-accelerator-quarkus" [ style = "dashed", color = "black" ];
  "@kie-tools-core/operating-system" -> "@kie-tools/eslint" [ style = "dashed", color = "purple" ];
  "@kie-tools-core/operating-system" -> "@kie-tools/root-env" [ style = "dashed", color = "purple" ];
  "@kie-tools-core/operating-system" -> "@kie-tools/tsconfig" [ style = "dashed", color = "purple" ];
  "@kie-tools-core/patternfly-base" -> "@kie-tools/root-env" [ style = "dashed", color = "purple" ];
  "@kie-tools/playwright-base" -> "@kie-tools-scripts/run-script-if" [ style = "dashed", color = "blue" ];
  "@kie-tools/playwright-base" -> "@kie-tools/root-env" [ style = "dashed", color = "blue" ];
  "@kie-tools/pmml-editor" -> "@kie-tools-core/editor" [ style = "solid", color = "blue" ];
  "@kie-tools/pmml-editor" -> "@kie-tools-core/monaco-editor" [ style = "solid", color = "blue" ];
  "@kie-tools/pmml-editor" -> "@kie-tools/pmml-editor-marshaller" [ style = "solid", color = "blue" ];
  "@kie-tools/pmml-editor" -> "@kie-tools-core/webpack-base" [ style = "dashed", color = "blue" ];
  "@kie-tools/pmml-editor-marshaller" -> "@kie-tools/eslint" [ style = "dashed", color = "blue" ];
  "@kie-tools/pmml-editor-marshaller" -> "@kie-tools/jest-base" [ style = "dashed", color = "blue" ];
  "@kie-tools/pmml-editor-marshaller" -> "@kie-tools/tsconfig" [ style = "dashed", color = "blue" ];
  "pmml-vscode-extension" -> "@kie-tools-core/vscode-extension" [ style = "solid", color = "blue" ];
  "pmml-vscode-extension" -> "@kie-tools/pmml-editor" [ style = "solid", color = "blue" ];
+   "@kie-tools/quarkus-bom" -> "@kie-tools/maven-base" [ style = "solid", color = "black" ];
  "@kie-tools-core/react-hooks" -> "@kie-tools/eslint" [ style = "dashed", color = "purple" ];
  "@kie-tools-core/react-hooks" -> "@kie-tools/root-env" [ style = "dashed", color = "purple" ];
  "@kie-tools-core/react-hooks" -> "@kie-tools/tsconfig" [ style = "dashed", color = "purple" ];
  "@kie-tools/runtime-tools-components" -> "@kie-tools-core/editor" [ style = "solid", color = "blue" ];
  "@kie-tools/runtime-tools-components" -> "@kie-tools/runtime-tools-shared-gateway-api" [ style = "solid", color = "blue" ];
  "@kie-tools/runtime-tools-components" -> "@kie-tools/uniforms-patternfly" [ style = "solid", color = "blue" ];
  "@kie-tools/runtime-tools-consoles-helm-chart" -> "@kie-tools/kogito-management-console" [ style = "solid", color = "black" ];
  "@kie-tools/runtime-tools-management-console-webapp" -> "@kie-tools-core/workspaces-git-fs" [ style = "solid", color = "blue" ];
  "@kie-tools/runtime-tools-management-console-webapp" -> "@kie-tools/jbpm-quarkus-devui" [ style = "dashed", color = "blue" ];
  "@kie-tools/runtime-tools-process-dev-ui-webapp" -> "@kie-tools/runtime-tools-process-webapp-components" [ style = "solid", color = "blue" ];
  "@kie-tools/runtime-tools-process-dev-ui-webapp" -> "@kie-tools/runtime-tools-shared-webapp-components" [ style = "solid", color = "blue" ];
  "@kie-tools/runtime-tools-process-enveloped-components" -> "@kie-tools-core/monaco-editor" [ style = "solid", color = "blue" ];
  "@kie-tools/runtime-tools-process-enveloped-components" -> "@kie-tools-core/react-hooks" [ style = "solid", color = "blue" ];
  "@kie-tools/runtime-tools-process-enveloped-components" -> "@kie-tools/i18n-common-dictionary" [ style = "solid", color = "blue" ];
  "@kie-tools/runtime-tools-process-enveloped-components" -> "@kie-tools/runtime-tools-components" [ style = "solid", color = "blue" ];
  "@kie-tools/runtime-tools-process-enveloped-components" -> "@kie-tools/runtime-tools-process-gateway-api" [ style = "solid", color = "blue" ];
  "@kie-tools/runtime-tools-process-enveloped-components" -> "@kie-tools-core/webpack-base" [ style = "dashed", color = "blue" ];
  "@kie-tools/runtime-tools-process-gateway-api" -> "@kie-tools/runtime-tools-shared-gateway-api" [ style = "solid", color = "blue" ];
  "@kie-tools/runtime-tools-process-webapp-components" -> "@kie-tools/runtime-tools-process-enveloped-components" [ style = "solid", color = "blue" ];
  "@kie-tools/runtime-tools-shared-enveloped-components" -> "@kie-tools-core/monaco-editor" [ style = "solid", color = "blue" ];
  "@kie-tools/runtime-tools-shared-enveloped-components" -> "@kie-tools/i18n-common-dictionary" [ style = "solid", color = "blue" ];
  "@kie-tools/runtime-tools-shared-enveloped-components" -> "@kie-tools/runtime-tools-components" [ style = "solid", color = "blue" ];
  "@kie-tools/runtime-tools-shared-enveloped-components" -> "@kie-tools-core/webpack-base" [ style = "dashed", color = "blue" ];
  "@kie-tools/runtime-tools-shared-gateway-api" -> "@kie-tools/eslint" [ style = "dashed", color = "blue" ];
  "@kie-tools/runtime-tools-shared-gateway-api" -> "@kie-tools/root-env" [ style = "dashed", color = "blue" ];
  "@kie-tools/runtime-tools-shared-gateway-api" -> "@kie-tools/tsconfig" [ style = "dashed", color = "blue" ];
  "@kie-tools/runtime-tools-shared-webapp-components" -> "@kie-tools/runtime-tools-components" [ style = "solid", color = "blue" ];
  "@kie-tools/scesim-editor" -> "@kie-tools-core/react-hooks" [ style = "solid", color = "blue" ];
  "@kie-tools/scesim-editor" -> "@kie-tools/boxed-expression-component" [ style = "solid", color = "blue" ];
  "@kie-tools/scesim-editor" -> "@kie-tools/scesim-marshaller" [ style = "solid", color = "blue" ];
  "@kie-tools/scesim-editor-envelope" -> "@kie-tools-core/editor" [ style = "solid", color = "blue" ];
  "@kie-tools/scesim-editor-envelope" -> "@kie-tools/scesim-editor" [ style = "solid", color = "blue" ];
  "@kie-tools/scesim-marshaller" -> "@kie-tools/xml-parser-ts-codegen" [ style = "dashed", color = "blue" ];
+   "@kie-tools/spring-boot-bom" -> "@kie-tools/maven-base" [ style = "solid", color = "black" ];
  "@kie-tools/storybook-base" -> "@kie-tools-core/webpack-base" [ style = "dashed", color = "blue" ];
  "@kie-tools/storybook-base" -> "@kie-tools/eslint" [ style = "dashed", color = "blue" ];
  "@kie-tools/storybook-base" -> "@kie-tools/tsconfig" [ style = "dashed", color = "blue" ];
  "@kie-tools-core/switch-expression-ts" -> "@kie-tools/eslint" [ style = "dashed", color = "purple" ];
  "@kie-tools-core/switch-expression-ts" -> "@kie-tools/jest-base" [ style = "dashed", color = "purple" ];
  "@kie-tools-core/switch-expression-ts" -> "@kie-tools/tsconfig" [ style = "dashed", color = "purple" ];
  "@kie-tools/text-editor" -> "@kie-tools-core/editor" [ style = "solid", color = "blue" ];
  "@kie-tools/text-editor" -> "@kie-tools-core/monaco-editor" [ style = "solid", color = "blue" ];
  "@kie-tools/uniforms-patternfly" -> "@kie-tools/eslint" [ style = "dashed", color = "blue" ];
  "@kie-tools/uniforms-patternfly" -> "@kie-tools/jest-base" [ style = "dashed", color = "blue" ];
  "@kie-tools/uniforms-patternfly" -> "@kie-tools/tsconfig" [ style = "dashed", color = "blue" ];
  "@kie-tools/uniforms-patternfly-form-wrapper" -> "@kie-tools/dmn-runner" [ style = "solid", color = "blue" ];
  "@kie-tools/uniforms-patternfly-form-wrapper" -> "@kie-tools/i18n-common-dictionary" [ style = "solid", color = "blue" ];
  "@kie-tools/uniforms-patternfly-form-wrapper" -> "@kie-tools-core/webpack-base" [ style = "dashed", color = "blue" ];
  "@kie-tools/unitables" -> "@kie-tools/boxed-expression-component" [ style = "solid", color = "blue" ];
  "@kie-tools/unitables" -> "@kie-tools/dmn-runner" [ style = "solid", color = "blue" ];
  "@kie-tools/unitables-dmn" -> "@kie-tools/unitables" [ style = "solid", color = "blue" ];
  "@kie-tools-core/vscode-extension" -> "@kie-tools-core/editor" [ style = "solid", color = "purple" ];
  "@kie-tools-core/vscode-extension" -> "@kie-tools-core/vscode-java-code-completion" [ style = "solid", color = "purple" ];
  "@kie-tools/vscode-extension-common-test-helpers" -> "@kie-tools/tsconfig" [ style = "dashed", color = "blue" ];
  "vscode-extension-kie-ba-bundle" -> "@kie-tools-core/webpack-base" [ style = "dashed", color = "blue" ];
  "vscode-extension-kie-ba-bundle" -> "@kie-tools/eslint" [ style = "dashed", color = "blue" ];
  "vscode-extension-kie-ba-bundle" -> "@kie-tools/tsconfig" [ style = "dashed", color = "blue" ];
  "vscode-extension-kogito-bundle" -> "@kie-tools-core/webpack-base" [ style = "dashed", color = "blue" ];
  "vscode-extension-kogito-bundle" -> "@kie-tools/eslint" [ style = "dashed", color = "blue" ];
  "vscode-extension-kogito-bundle" -> "@kie-tools/tsconfig" [ style = "dashed", color = "blue" ];
  "@kie-tools-core/vscode-java-code-completion" -> "@kie-tools/eslint" [ style = "dashed", color = "purple" ];
  "@kie-tools-core/vscode-java-code-completion" -> "@kie-tools/root-env" [ style = "dashed", color = "purple" ];
  "@kie-tools-core/vscode-java-code-completion" -> "@kie-tools/tsconfig" [ style = "dashed", color = "purple" ];
  "@kie-tools/vscode-java-code-completion-extension-plugin" -> "@kie-tools/maven-base" [ style = "solid", color = "black" ];
  "@kie-tools-core/webpack-base" -> "@kie-tools/root-env" [ style = "dashed", color = "black" ];
  "@kie-tools-core/workspace" -> "@kie-tools-core/operating-system" [ style = "solid", color = "purple" ];
  "@kie-tools-core/workspaces-git-fs" -> "@kie-tools-core/envelope-bus" [ style = "solid", color = "purple" ];
  "@kie-tools-core/workspaces-git-fs" -> "@kie-tools-core/react-hooks" [ style = "solid", color = "purple" ];
  "@kie-tools-core/workspaces-git-fs" -> "@kie-tools-core/workspace" [ style = "solid", color = "purple" ];
  "@kie-tools-core/workspaces-git-fs" -> "@kie-tools/cors-proxy-api" [ style = "solid", color = "purple" ];
  "@kie-tools-core/workspaces-git-fs" -> "@kie-tools/kie-sandbox-fs" [ style = "solid", color = "purple" ];
  "@kie-tools/xml-parser-ts" -> "@kie-tools/eslint" [ style = "dashed", color = "blue" ];
  "@kie-tools/xml-parser-ts" -> "@kie-tools/jest-base" [ style = "dashed", color = "blue" ];
  "@kie-tools/xml-parser-ts" -> "@kie-tools/tsconfig" [ style = "dashed", color = "blue" ];
  "@kie-tools/xml-parser-ts-codegen" -> "@kie-tools/xml-parser-ts" [ style = "solid", color = "blue" ];
  "@kie-tools/xyflow-react-kie-diagram" -> "@kie-tools-core/operating-system" [ style = "solid", color = "blue" ];
  "@kie-tools/xyflow-react-kie-diagram" -> "@kie-tools-core/switch-expression-ts" [ style = "solid", color = "blue" ];
  "@kie-tools/xyflow-react-kie-diagram" -> "@kie-tools/i18n-common-dictionary" [ style = "dashed", color = "blue" ];
  "@kie-tools/xyflow-react-kie-diagram" -> "@kie-tools/xml-parser-ts" [ style = "dashed", color = "blue" ];
  "@kie-tools-scripts/bootstrap" -> "@kie-tools-scripts/build-env" [ style = "dashed", color = "black" ];
  "@kie-tools-scripts/build-env" -> "@kie-tools/tsconfig" [ style = "dashed", color = "blue" ];
  "@kie-tools-scripts/run-script-if" -> "@kie-tools/tsconfig" [ style = "dashed", color = "blue" ];
}
